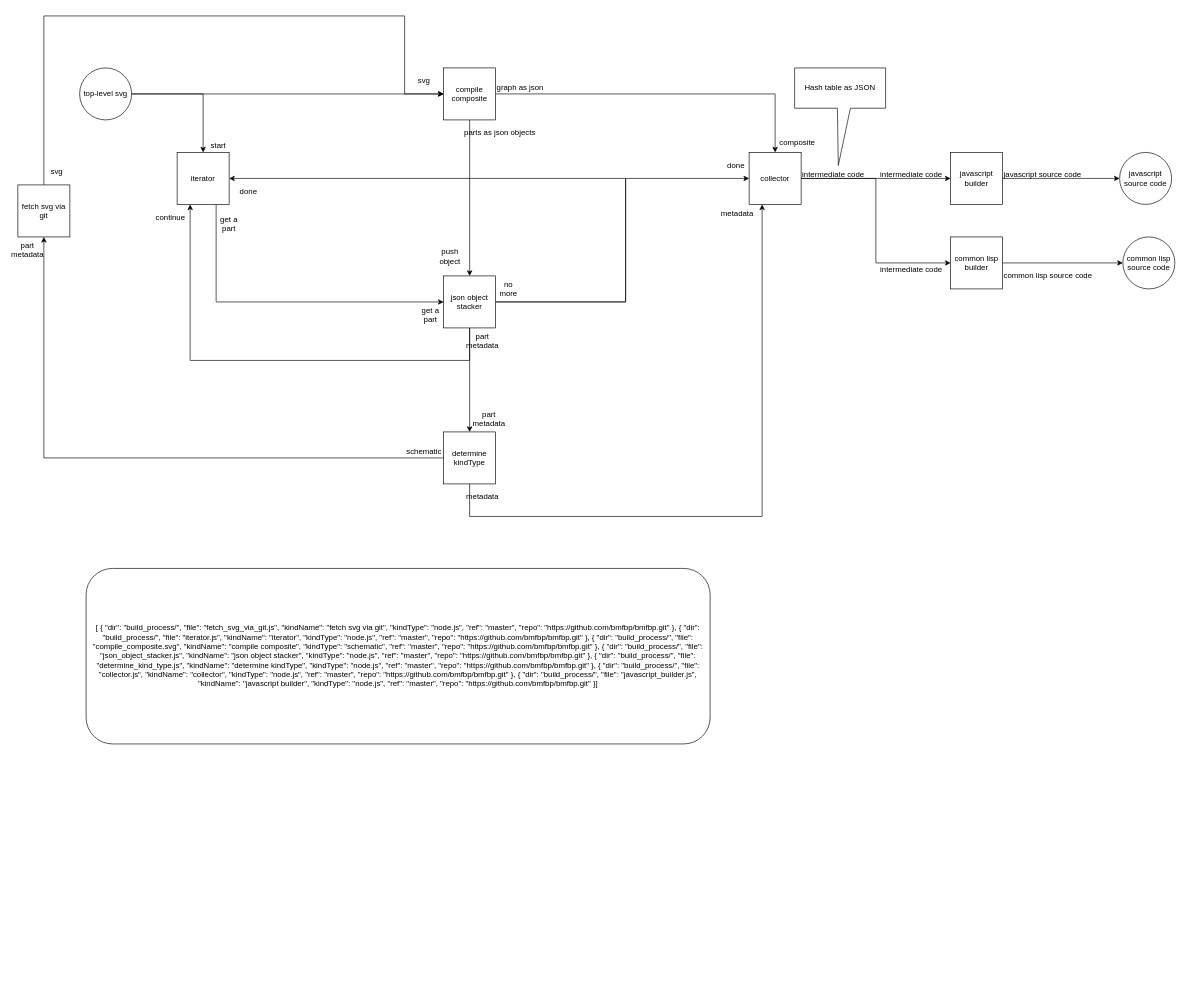
Above: page "build_process.svg" (2 of 3) of build_process/build_process.drawio in bmfbp/bmfbp (draw.io), before the change. Source tidied: cells renumbered, new cells numbered last; positions are measured from the earlier drawing's top-left corner, leaving out a move shared by most shapes. Both pictures are drawn from the tidied source at 65%, with x=0, y=0 at pixel (14, 16).
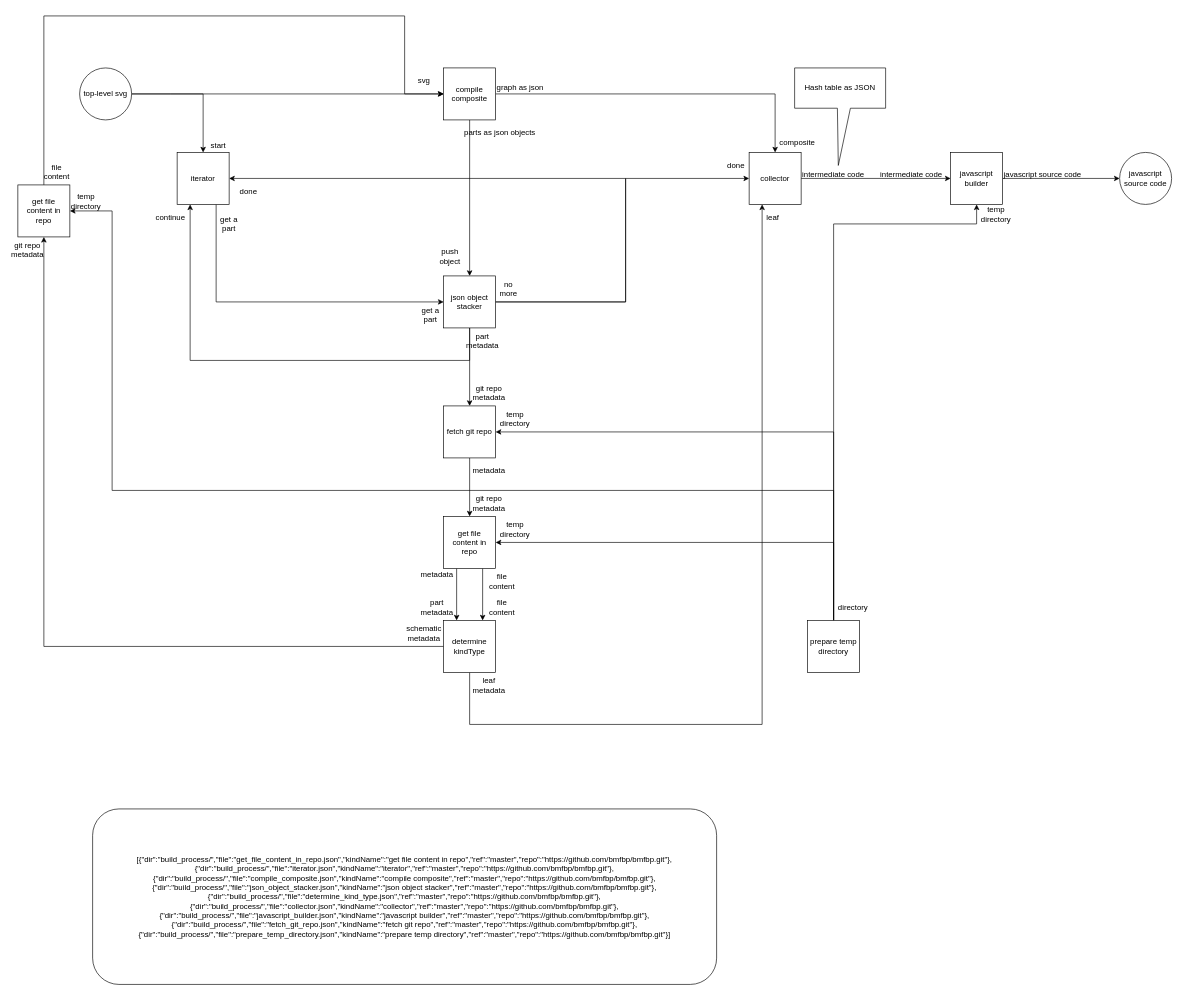
Above is the later version.

Commit message (it also covers changes not shown here):
Update SVGs and source .drawio file

The change refers to these unchanged cells:
```xml
<mxCell id="5" value="json object stacker" style="whiteSpace=wrap;html=1;" parent="1" vertex="1">
  <mxGeometry x="660" y="400" width="80" height="80" as="geometry" />
</mxCell>
<mxCell id="18" value="&lt;span&gt;collector&lt;/span&gt;" style="whiteSpace=wrap;html=1;" parent="1" vertex="1">
  <mxGeometry x="1130" y="210" width="80" height="80" as="geometry" />
</mxCell>
<mxCell id="43" value="&lt;span&gt;javascript builder&lt;/span&gt;" style="whiteSpace=wrap;html=1;" parent="1" vertex="1">
  <mxGeometry x="1440" y="210" width="80" height="80" as="geometry" />
</mxCell>
```

What changed in the source:
```diff
@@
-    <mxCell id="4" style="edgeStyle=orthogonalEdgeStyle;rounded=0;jettySize=auto;html=1;exitX=0.5;exitY=1;exitDx=0;exitDy=0;" parent="1" edge="1" source="5" target="28">
+    <mxCell id="4" style="edgeStyle=orthogonalEdgeStyle;rounded=0;jettySize=auto;html=1;exitX=0.5;exitY=1;exitDx=0;exitDy=0;entryX=0.5;entryY=0;entryDx=0;entryDy=0;" parent="1" edge="1" source="5" target="56">
       <mxGeometry relative="1" as="geometry" />
     </mxCell>
@@
-    <mxCell id="17" style="edgeStyle=orthogonalEdgeStyle;rounded=0;jettySize=auto;html=1;exitX=1;exitY=0.5;exitDx=0;exitDy=0;entryX=0;entryY=0.5;entryDx=0;entryDy=0;" parent="1" edge="1" source="18" target="46">
-      <mxGeometry relative="1" as="geometry" />
-    </mxCell>
@@
     <mxCell id="27" style="edgeStyle=orthogonalEdgeStyle;rounded=0;jettySize=auto;html=1;exitX=0.5;exitY=1;exitDx=0;exitDy=0;" parent="1" edge="1" source="28" target="18">
       <mxGeometry relative="1" as="geometry">
         <Array as="points">
-          <mxPoint x="700" y="770" />
-          <mxPoint x="1150" y="770" />
+          <mxPoint x="700" y="1090" />
+          <mxPoint x="1150" y="1090" />
         </Array>
       </mxGeometry>
     </mxCell>
     <mxCell id="28" value="&lt;span&gt;determine kindType&lt;/span&gt;" style="whiteSpace=wrap;html=1;" parent="1" vertex="1">
-      <mxGeometry x="660" y="640" width="80" height="80" as="geometry" />
+      <mxGeometry x="660" y="930" width="80" height="80" as="geometry" />
     </mxCell>
     <mxCell id="29" value="part metadata" style="text;html=1;strokeColor=none;fillColor=none;align=center;verticalAlign=middle;whiteSpace=wrap;rounded=0;" parent="1" vertex="1">
-      <mxGeometry x="710" y="610" width="40" height="20" as="geometry" />
+      <mxGeometry x="630" y="900" width="40" height="20" as="geometry" />
     </mxCell>
@@
-    <mxCell id="31" value="&lt;span&gt;fetch svg via git&lt;/span&gt;" style="whiteSpace=wrap;html=1;" parent="1" vertex="1">
+    <mxCell id="31" value="&lt;span&gt;get file content in repo&lt;/span&gt;" style="whiteSpace=wrap;html=1;" parent="1" vertex="1">
       <mxGeometry x="5" y="260" width="80" height="80" as="geometry" />
     </mxCell>
-    <mxCell id="32" value="schematic" style="text;html=1;strokeColor=none;fillColor=none;align=center;verticalAlign=middle;whiteSpace=wrap;rounded=0;" parent="1" vertex="1">
-      <mxGeometry x="610" y="660" width="40" height="20" as="geometry" />
+    <mxCell id="32" value="schematic metadata" style="text;html=1;strokeColor=none;fillColor=none;align=center;verticalAlign=middle;whiteSpace=wrap;rounded=0;" parent="1" vertex="1">
+      <mxGeometry x="610" y="940" width="40" height="20" as="geometry" />
     </mxCell>
-    <mxCell id="33" value="part metadata" style="text;html=1;strokeColor=none;fillColor=none;align=center;verticalAlign=middle;whiteSpace=wrap;rounded=0;" parent="1" vertex="1">
+    <mxCell id="33" value="git repo metadata" style="text;html=1;strokeColor=none;fillColor=none;align=center;verticalAlign=middle;whiteSpace=wrap;rounded=0;" parent="1" vertex="1">
       <mxGeometry y="350" width="40" height="20" as="geometry" />
     </mxCell>
@@
-    <mxCell id="37" value="svg" style="text;html=1;strokeColor=none;fillColor=none;align=center;verticalAlign=middle;whiteSpace=wrap;rounded=0;" parent="1" vertex="1">
+    <mxCell id="37" value="file content" style="text;html=1;strokeColor=none;fillColor=none;align=center;verticalAlign=middle;whiteSpace=wrap;rounded=0;" parent="1" vertex="1">
       <mxGeometry x="45" y="230" width="40" height="20" as="geometry" />
     </mxCell>
-    <mxCell id="38" value="metadata" style="text;html=1;strokeColor=none;fillColor=none;align=center;verticalAlign=middle;whiteSpace=wrap;rounded=0;" parent="1" vertex="1">
-      <mxGeometry x="700" y="730" width="40" height="20" as="geometry" />
+    <mxCell id="38" value="leaf metadata" style="text;html=1;strokeColor=none;fillColor=none;align=center;verticalAlign=middle;whiteSpace=wrap;rounded=0;" parent="1" vertex="1">
+      <mxGeometry x="710" y="1020" width="40" height="20" as="geometry" />
     </mxCell>
@@
-    <mxCell id="40" value="metadata" style="text;html=1;align=left;verticalAlign=top;spacingTop=-4;" parent="1" vertex="1">
-      <mxGeometry x="1085" y="295" width="70" height="10" as="geometry" />
+    <mxCell id="40" value="leaf" style="text;html=1;align=left;verticalAlign=top;spacingTop=-4;" parent="1" vertex="1">
+      <mxGeometry x="1155" y="300" width="30" height="10" as="geometry" />
     </mxCell>
@@
-    <mxCell id="45" style="edgeStyle=orthogonalEdgeStyle;rounded=0;jettySize=auto;html=1;exitX=1;exitY=0.5;exitDx=0;exitDy=0;entryX=0;entryY=0.5;entryDx=0;entryDy=0;" parent="1" edge="1" source="46" target="51">
-      <mxGeometry relative="1" as="geometry" />
-    </mxCell>
-    <mxCell id="46" value="&lt;span&gt;common lisp builder&lt;/span&gt;" style="whiteSpace=wrap;html=1;" parent="1" vertex="1">
-      <mxGeometry x="1440" y="340" width="80" height="80" as="geometry" />
-    </mxCell>
@@
-    <mxCell id="48" value="&lt;span&gt;intermediate code&lt;/span&gt;" style="text;html=1;align=left;verticalAlign=top;spacingTop=-4;" parent="1" vertex="1">
-      <mxGeometry x="1330" y="380" width="110" height="10" as="geometry" />
-    </mxCell>
-    <mxCell id="49" value="&lt;span&gt;common lisp source code&lt;/span&gt;" style="text;html=1;align=left;verticalAlign=top;spacingTop=-4;" parent="1" vertex="1">
-      <mxGeometry x="1520" y="390" width="150" height="10" as="geometry" />
-    </mxCell>
@@
-    <mxCell id="51" value="common lisp source code" style="ellipse;whiteSpace=wrap;html=1;" parent="1" vertex="1">
-      <mxGeometry x="1705" y="340" width="80" height="80" as="geometry" />
-    </mxCell>
@@
-    <mxCell id="54" value="&lt;span&gt;[ { &quot;dir&quot;: &quot;build_process/&quot;, &quot;file&quot;: &quot;fetch_svg_via_git.js&quot;, &quot;kindName&quot;: &quot;fetch svg via git&quot;, &quot;kindType&quot;: &quot;node.js&quot;, &quot;ref&quot;: &quot;master&quot;, &quot;repo&quot;: &quot;https://github.com/bmfbp/bmfbp.git&quot; }, { &quot;dir&quot;: &quot;build_process/&quot;, &quot;file&quot;: &quot;iterator.js&quot;, &quot;kindName&quot;: &quot;iterator&quot;, &quot;kindType&quot;: &quot;node.js&quot;, &quot;ref&quot;: &quot;master&quot;, &quot;repo&quot;: &quot;https://github.com/bmfbp/bmfbp.git&quot; }, { &quot;dir&quot;: &quot;build_process/&quot;, &quot;file&quot;: &quot;compile_composite.svg&quot;, &quot;kindName&quot;: &quot;compile composite&quot;, &quot;kindType&quot;: &quot;schematic&quot;, &quot;ref&quot;: &quot;master&quot;, &quot;repo&quot;: &quot;https://github.com/bmfbp/bmfbp.git&quot; }, { &quot;dir&quot;: &quot;build_process/&quot;, &quot;file&quot;: &quot;json_object_stacker.js&quot;, &quot;kindName&quot;: &quot;json object stacker&quot;, &quot;kindType&quot;: &quot;node.js&quot;, &quot;ref&quot;: &quot;master&quot;, &quot;repo&quot;: &quot;https://github.com/bmfbp/bmfbp.git&quot; }, { &quot;dir&quot;: &quot;build_process/&quot;, &quot;file&quot;: &quot;determine_kind_type.js&quot;, &quot;kindName&quot;: &quot;determine kindType&quot;, &quot;kindType&quot;: &quot;node.js&quot;, &quot;ref&quot;: &quot;master&quot;, &quot;repo&quot;: &quot;https://github.com/bmfbp/bmfbp.git&quot; }, { &quot;dir&quot;: &quot;build_process/&quot;, &quot;file&quot;: &quot;collector.js&quot;, &quot;kindName&quot;: &quot;collector&quot;, &quot;kindType&quot;: &quot;node.js&quot;, &quot;ref&quot;: &quot;master&quot;, &quot;repo&quot;: &quot;https://github.com/bmfbp/bmfbp.git&quot; }, { &quot;dir&quot;: &quot;build_process/&quot;, &quot;file&quot;: &quot;javascript_builder.js&quot;, &quot;kindName&quot;: &quot;javascript builder&quot;, &quot;kindType&quot;: &quot;node.js&quot;, &quot;ref&quot;: &quot;master&quot;, &quot;repo&quot;: &quot;https://github.com/bmfbp/bmfbp.git&quot; }]&lt;/span&gt;" style="rounded=1;whiteSpace=wrap;html=1;" parent="1" vertex="1">
-      <mxGeometry x="110" y="850" width="960" height="270" as="geometry" />
+    <mxCell id="54" value="&lt;span&gt;[{&quot;dir&quot;:&quot;build_process/&quot;,&quot;file&quot;:&quot;get_file_content_in_repo.json&quot;,&quot;kindName&quot;:&quot;get file content in repo&quot;,&quot;ref&quot;:&quot;master&quot;,&quot;repo&quot;:&quot;https://github.com/bmfbp/bmfbp.git&quot;},{&quot;dir&quot;:&quot;build_process/&quot;,&quot;file&quot;:&quot;iterator.json&quot;,&quot;kindName&quot;:&quot;iterator&quot;,&quot;ref&quot;:&quot;master&quot;,&quot;repo&quot;:&quot;https://github.com/bmfbp/bmfbp.git&quot;},{&quot;dir&quot;:&quot;build_process/&quot;,&quot;file&quot;:&quot;compile_composite.json&quot;,&quot;kindName&quot;:&quot;compile composite&quot;,&quot;ref&quot;:&quot;master&quot;,&quot;repo&quot;:&quot;https://github.com/bmfbp/bmfbp.git&quot;},{&quot;dir&quot;:&quot;build_process/&quot;,&quot;file&quot;:&quot;json_object_stacker.json&quot;,&quot;kindName&quot;:&quot;json object stacker&quot;,&quot;ref&quot;:&quot;master&quot;,&quot;repo&quot;:&quot;https://github.com/bmfbp/bmfbp.git&quot;},{&quot;dir&quot;:&quot;build_process/&quot;,&quot;file&quot;:&quot;determine_kind_type.json&quot;,&quot;ref&quot;:&quot;master&quot;,&quot;repo&quot;:&quot;https://github.com/bmfbp/bmfbp.git&quot;},{&quot;dir&quot;:&quot;build_process/&quot;,&quot;file&quot;:&quot;collector.json&quot;,&quot;kindName&quot;:&quot;collector&quot;,&quot;ref&quot;:&quot;master&quot;,&quot;repo&quot;:&quot;https://github.com/bmfbp/bmfbp.git&quot;},{&quot;dir&quot;:&quot;build_process/&quot;,&quot;file&quot;:&quot;javascript_builder.json&quot;,&quot;kindName&quot;:&quot;javascript builder&quot;,&quot;ref&quot;:&quot;master&quot;,&quot;repo&quot;:&quot;https://github.com/bmfbp/bmfbp.git&quot;},{&quot;dir&quot;:&quot;build_process/&quot;,&quot;file&quot;:&quot;fetch_git_repo.json&quot;,&quot;kindName&quot;:&quot;fetch git repo&quot;,&quot;ref&quot;:&quot;master&quot;,&quot;repo&quot;:&quot;https://github.com/bmfbp/bmfbp.git&quot;},{&quot;dir&quot;:&quot;build_process/&quot;,&quot;file&quot;:&quot;prepare_temp_directory.json&quot;,&quot;kindName&quot;:&quot;prepare temp directory&quot;,&quot;ref&quot;:&quot;master&quot;,&quot;repo&quot;:&quot;https://github.com/bmfbp/bmfbp.git&quot;}]&lt;/span&gt;" style="rounded=1;whiteSpace=wrap;html=1;" parent="1" vertex="1">
+      <mxGeometry x="120" y="1220" width="960" height="270" as="geometry" />
     </mxCell>
+    <mxCell id="55" style="edgeStyle=orthogonalEdgeStyle;rounded=0;jettySize=auto;html=1;exitX=0.5;exitY=1;exitDx=0;exitDy=0;entryX=0.5;entryY=0;entryDx=0;entryDy=0;" parent="1" edge="1" source="56" target="70">
+      <mxGeometry relative="1" as="geometry" />
+    </mxCell>
+    <mxCell id="56" value="&lt;span&gt;fetch git repo&lt;/span&gt;" style="whiteSpace=wrap;html=1;" parent="1" vertex="1">
+      <mxGeometry x="660" y="600" width="80" height="80" as="geometry" />
+    </mxCell>
+    <mxCell id="57" value="git repo metadata" style="text;html=1;strokeColor=none;fillColor=none;align=center;verticalAlign=middle;whiteSpace=wrap;rounded=0;" parent="1" vertex="1">
+      <mxGeometry x="710" y="570" width="40" height="20" as="geometry" />
+    </mxCell>
+    <mxCell id="58" value="metadata" style="text;html=1;strokeColor=none;fillColor=none;align=center;verticalAlign=middle;whiteSpace=wrap;rounded=0;" parent="1" vertex="1">
+      <mxGeometry x="710" y="690" width="40" height="20" as="geometry" />
+    </mxCell>
+    <mxCell id="59" style="edgeStyle=orthogonalEdgeStyle;rounded=0;jettySize=auto;html=1;exitX=0.5;exitY=0;exitDx=0;exitDy=0;entryX=0.5;entryY=1;entryDx=0;entryDy=0;" parent="1" edge="1" source="63" target="43">
+      <mxGeometry relative="1" as="geometry">
+        <Array as="points">
+          <mxPoint x="1260" y="320" />
+          <mxPoint x="1480" y="320" />
+        </Array>
+      </mxGeometry>
+    </mxCell>
+    <mxCell id="60" style="edgeStyle=orthogonalEdgeStyle;rounded=0;jettySize=auto;html=1;exitX=0.5;exitY=0;exitDx=0;exitDy=0;entryX=1;entryY=0.5;entryDx=0;entryDy=0;" parent="1" edge="1" source="63" target="56">
+      <mxGeometry relative="1" as="geometry" />
+    </mxCell>
+    <mxCell id="61" style="edgeStyle=orthogonalEdgeStyle;rounded=0;jettySize=auto;html=1;exitX=0.5;exitY=0;exitDx=0;exitDy=0;entryX=1;entryY=0.5;entryDx=0;entryDy=0;" parent="1" edge="1" source="63" target="31">
+      <mxGeometry relative="1" as="geometry">
+        <Array as="points">
+          <mxPoint x="1260" y="730" />
+          <mxPoint x="150" y="730" />
+          <mxPoint x="150" y="300" />
+        </Array>
+      </mxGeometry>
+    </mxCell>
+    <mxCell id="62" style="edgeStyle=orthogonalEdgeStyle;rounded=0;jettySize=auto;html=1;exitX=0.5;exitY=0;exitDx=0;exitDy=0;entryX=1;entryY=0.5;entryDx=0;entryDy=0;" parent="1" edge="1" source="63" target="70">
+      <mxGeometry relative="1" as="geometry" />
+    </mxCell>
+    <mxCell id="63" value="&lt;span&gt;prepare temp directory&lt;/span&gt;" style="whiteSpace=wrap;html=1;" parent="1" vertex="1">
+      <mxGeometry x="1220" y="930" width="80" height="80" as="geometry" />
+    </mxCell>
+    <mxCell id="64" value="temp directory" style="text;html=1;strokeColor=none;fillColor=none;align=center;verticalAlign=middle;whiteSpace=wrap;rounded=0;" parent="1" vertex="1">
+      <mxGeometry x="750" y="610" width="40" height="20" as="geometry" />
+    </mxCell>
+    <mxCell id="65" value="temp directory" style="text;html=1;strokeColor=none;fillColor=none;align=center;verticalAlign=middle;whiteSpace=wrap;rounded=0;" parent="1" vertex="1">
+      <mxGeometry x="90" y="275" width="40" height="20" as="geometry" />
+    </mxCell>
+    <mxCell id="66" value="temp directory" style="text;html=1;strokeColor=none;fillColor=none;align=center;verticalAlign=middle;whiteSpace=wrap;rounded=0;" parent="1" vertex="1">
+      <mxGeometry x="1490" y="295" width="40" height="20" as="geometry" />
+    </mxCell>
+    <mxCell id="67" value="directory" style="text;html=1;strokeColor=none;fillColor=none;align=center;verticalAlign=middle;whiteSpace=wrap;rounded=0;" parent="1" vertex="1">
+      <mxGeometry x="1270" y="900" width="40" height="20" as="geometry" />
+    </mxCell>
+    <mxCell id="68" style="edgeStyle=orthogonalEdgeStyle;rounded=0;jettySize=auto;html=1;exitX=0.75;exitY=1;exitDx=0;exitDy=0;entryX=0.75;entryY=0;entryDx=0;entryDy=0;" parent="1" edge="1" source="70" target="28">
+      <mxGeometry relative="1" as="geometry" />
+    </mxCell>
+    <mxCell id="69" style="edgeStyle=orthogonalEdgeStyle;rounded=0;jettySize=auto;html=1;exitX=0.25;exitY=1;exitDx=0;exitDy=0;entryX=0.25;entryY=0;entryDx=0;entryDy=0;" parent="1" edge="1" source="70" target="28">
+      <mxGeometry relative="1" as="geometry" />
+    </mxCell>
+    <mxCell id="70" value="&lt;span&gt;get file content in repo&lt;/span&gt;" style="whiteSpace=wrap;html=1;" parent="1" vertex="1">
+      <mxGeometry x="660" y="770" width="80" height="80" as="geometry" />
+    </mxCell>
+    <mxCell id="71" value="temp directory" style="text;html=1;strokeColor=none;fillColor=none;align=center;verticalAlign=middle;whiteSpace=wrap;rounded=0;" parent="1" vertex="1">
+      <mxGeometry x="750" y="780" width="40" height="20" as="geometry" />
+    </mxCell>
+    <mxCell id="72" value="git repo metadata" style="text;html=1;strokeColor=none;fillColor=none;align=center;verticalAlign=middle;whiteSpace=wrap;rounded=0;" parent="1" vertex="1">
+      <mxGeometry x="710" y="740" width="40" height="20" as="geometry" />
+    </mxCell>
+    <mxCell id="73" value="file content" style="text;html=1;strokeColor=none;fillColor=none;align=center;verticalAlign=middle;whiteSpace=wrap;rounded=0;" parent="1" vertex="1">
+      <mxGeometry x="730" y="860" width="40" height="20" as="geometry" />
+    </mxCell>
+    <mxCell id="74" value="metadata" style="text;html=1;strokeColor=none;fillColor=none;align=center;verticalAlign=middle;whiteSpace=wrap;rounded=0;" parent="1" vertex="1">
+      <mxGeometry x="630" y="850" width="40" height="20" as="geometry" />
+    </mxCell>
+    <mxCell id="75" value="file content" style="text;html=1;strokeColor=none;fillColor=none;align=center;verticalAlign=middle;whiteSpace=wrap;rounded=0;" parent="1" vertex="1">
+      <mxGeometry x="730" y="900" width="40" height="20" as="geometry" />
+    </mxCell>
```
